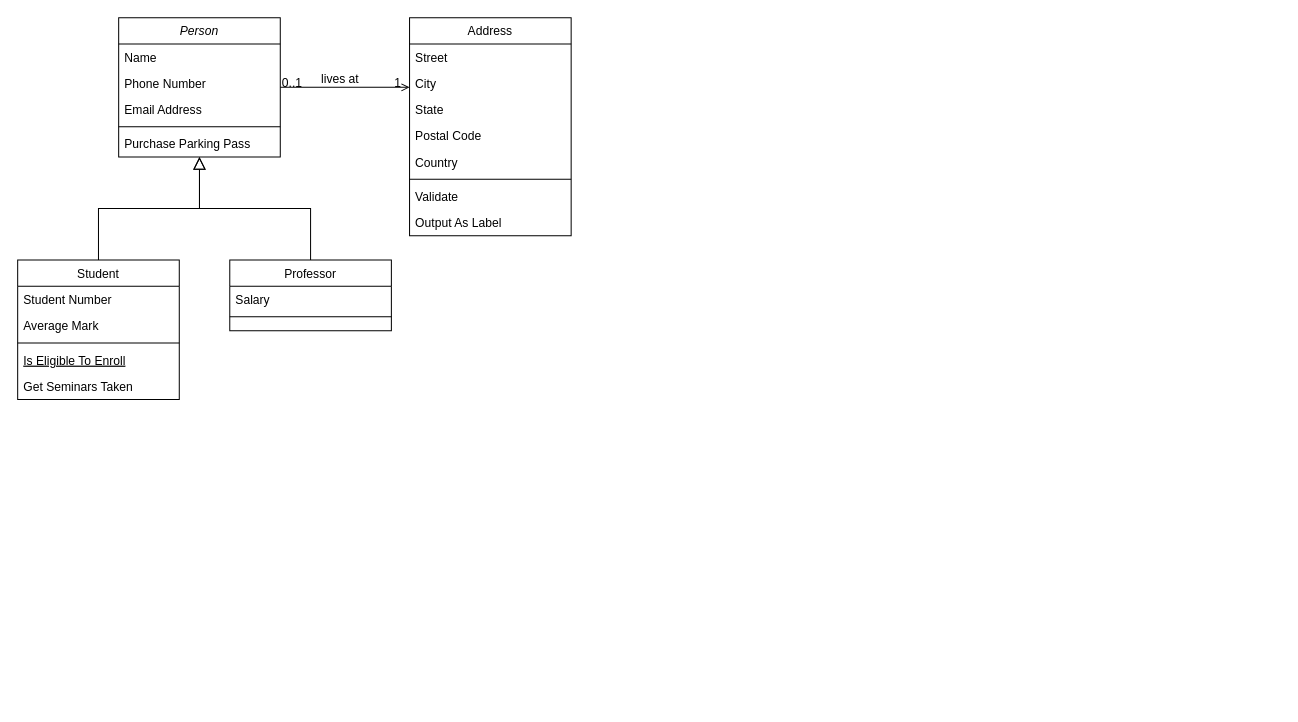
Before: 营销计划架构图-新.drawio in lixiangdaqian/diagrams, a draw.io diagram. Source tidied: cells renumbered, new cells numbered last; positions are measured from the earlier drawing's top-left corner, leaving out a move shared by most shapes. Both pictures are drawn from the tidied source at 101%, with x=0, y=0 at pixel (17, 17).
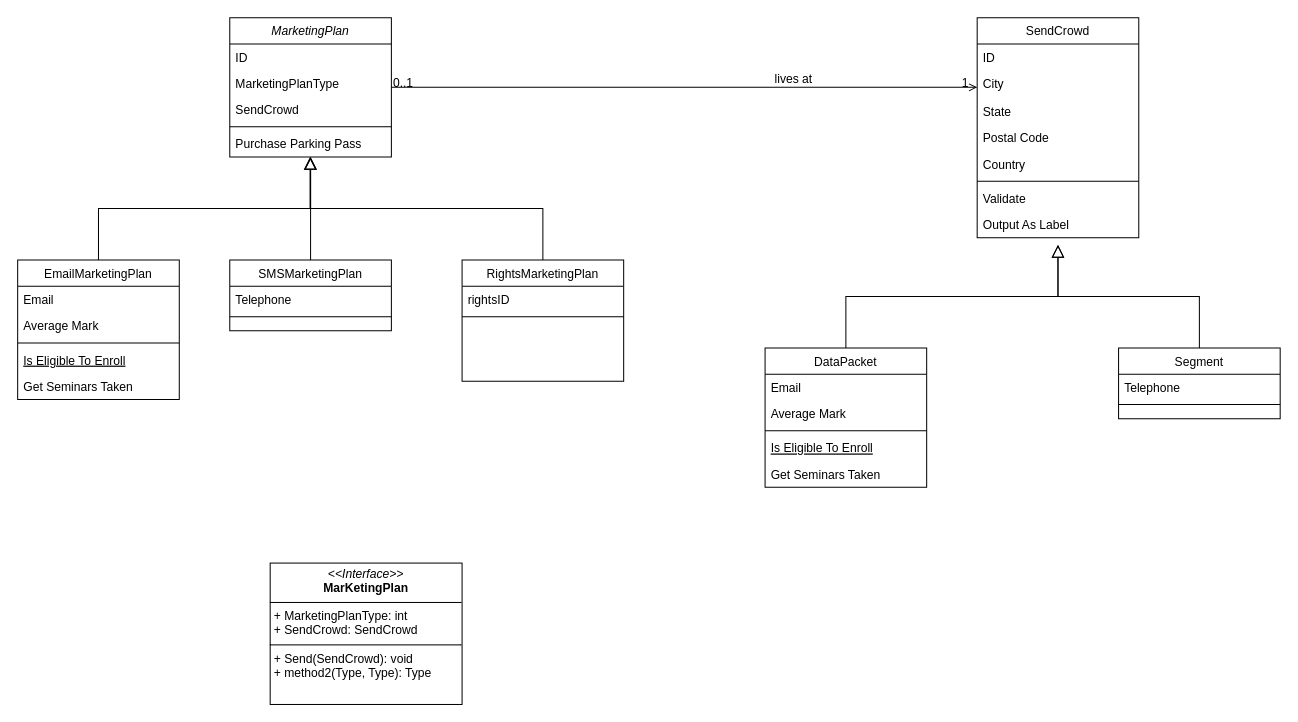
The same diagram, later.

Commit message:
更新营销计划架构图-新.drawio

Change to the diagram source:
```diff
@@
-    <mxCell id="2" value="Person" style="swimlane;fontStyle=2;align=center;verticalAlign=top;horizontal=1;startSize=26;rounded=0;shadow=0;strokeWidth=1;" parent="1" vertex="1">
-      <mxGeometry x="100" width="160" height="138" as="geometry" />
+    <mxCell id="2" value="MarketingPlan" style="swimlane;fontStyle=2;align=center;verticalAlign=top;horizontal=1;startSize=26;rounded=0;shadow=0;strokeWidth=1;" parent="1" vertex="1">
+      <mxGeometry x="210" width="160" height="138" as="geometry" />
     </mxCell>
-    <mxCell id="3" value="Name" style="text;align=left;verticalAlign=top;spacingLeft=4;spacingRight=4;overflow=hidden;" parent="2" vertex="1">
+    <mxCell id="3" value="ID" style="text;align=left;verticalAlign=top;spacingLeft=4;spacingRight=4;overflow=hidden;" parent="2" vertex="1">
       <mxGeometry y="26" width="160" height="26" as="geometry" />
     </mxCell>
-    <mxCell id="4" value="Phone Number" style="text;align=left;verticalAlign=top;spacingLeft=4;spacingRight=4;overflow=hidden;rounded=0;shadow=0;html=0;" parent="2" vertex="1">
+    <mxCell id="4" value="MarketingPlanType" style="text;align=left;verticalAlign=top;spacingLeft=4;spacingRight=4;overflow=hidden;rounded=0;shadow=0;html=0;" parent="2" vertex="1">
       <mxGeometry y="52" width="160" height="26" as="geometry" />
     </mxCell>
-    <mxCell id="5" value="Email Address" style="text;align=left;verticalAlign=top;spacingLeft=4;spacingRight=4;overflow=hidden;rounded=0;shadow=0;html=0;" parent="2" vertex="1">
+    <mxCell id="5" value="SendCrowd" style="text;align=left;verticalAlign=top;spacingLeft=4;spacingRight=4;overflow=hidden;rounded=0;shadow=0;html=0;" parent="2" vertex="1">
       <mxGeometry y="78" width="160" height="26" as="geometry" />
     </mxCell>
@@
-    <mxCell id="8" value="Student" style="swimlane;fontStyle=0;align=center;verticalAlign=top;horizontal=1;startSize=26;rounded=0;shadow=0;strokeWidth=1;" parent="1" vertex="1">
+    <mxCell id="8" value="EmailMarketingPlan" style="swimlane;fontStyle=0;align=center;verticalAlign=top;horizontal=1;startSize=26;rounded=0;shadow=0;strokeWidth=1;" parent="1" vertex="1">
       <mxGeometry y="240" width="160" height="138" as="geometry" />
     </mxCell>
-    <mxCell id="9" value="Student Number" style="text;align=left;verticalAlign=top;spacingLeft=4;spacingRight=4;overflow=hidden;" parent="8" vertex="1">
+    <mxCell id="9" value="Email" style="text;align=left;verticalAlign=top;spacingLeft=4;spacingRight=4;overflow=hidden;" parent="8" vertex="1">
       <mxGeometry y="26" width="160" height="26" as="geometry" />
     </mxCell>
@@
-    <mxCell id="15" value="Professor" style="swimlane;fontStyle=0;align=center;verticalAlign=top;horizontal=1;startSize=26;rounded=0;shadow=0;strokeWidth=1;" parent="1" vertex="1">
+    <mxCell id="15" value="SMSMarketingPlan" style="swimlane;fontStyle=0;align=center;verticalAlign=top;horizontal=1;startSize=26;rounded=0;shadow=0;strokeWidth=1;" parent="1" vertex="1">
       <mxGeometry x="210" y="240" width="160" height="70" as="geometry" />
     </mxCell>
-    <mxCell id="16" value="Salary" style="text;align=left;verticalAlign=top;spacingLeft=4;spacingRight=4;overflow=hidden;" parent="15" vertex="1">
+    <mxCell id="16" value="Telephone" style="text;align=left;verticalAlign=top;spacingLeft=4;spacingRight=4;overflow=hidden;" parent="15" vertex="1">
       <mxGeometry y="26" width="160" height="26" as="geometry" />
     </mxCell>
@@
-    <mxCell id="19" value="Address" style="swimlane;fontStyle=0;align=center;verticalAlign=top;horizontal=1;startSize=26;rounded=0;shadow=0;strokeWidth=1;" parent="1" vertex="1">
-      <mxGeometry x="388" width="160" height="216" as="geometry" />
+    <mxCell id="19" value="SendCrowd" style="swimlane;fontStyle=0;align=center;verticalAlign=top;horizontal=1;startSize=26;rounded=0;shadow=0;strokeWidth=1;" parent="1" vertex="1">
+      <mxGeometry x="950" width="160" height="218" as="geometry" />
     </mxCell>
-    <mxCell id="20" value="Street" style="text;align=left;verticalAlign=top;spacingLeft=4;spacingRight=4;overflow=hidden;" parent="19" vertex="1">
+    <mxCell id="20" value="ID" style="text;align=left;verticalAlign=top;spacingLeft=4;spacingRight=4;overflow=hidden;" parent="19" vertex="1">
       <mxGeometry y="26" width="160" height="26" as="geometry" />
     </mxCell>
     <mxCell id="21" value="City" style="text;align=left;verticalAlign=top;spacingLeft=4;spacingRight=4;overflow=hidden;rounded=0;shadow=0;html=0;" parent="19" vertex="1">
-      <mxGeometry y="52" width="160" height="26" as="geometry" />
+      <mxGeometry y="52" width="160" height="28" as="geometry" />
     </mxCell>
     <mxCell id="22" value="State" style="text;align=left;verticalAlign=top;spacingLeft=4;spacingRight=4;overflow=hidden;rounded=0;shadow=0;html=0;" parent="19" vertex="1">
-      <mxGeometry y="78" width="160" height="26" as="geometry" />
+      <mxGeometry y="80" width="160" height="26" as="geometry" />
     </mxCell>
     <mxCell id="23" value="Postal Code" style="text;align=left;verticalAlign=top;spacingLeft=4;spacingRight=4;overflow=hidden;rounded=0;shadow=0;html=0;" parent="19" vertex="1">
-      <mxGeometry y="104" width="160" height="26" as="geometry" />
+      <mxGeometry y="106" width="160" height="26" as="geometry" />
     </mxCell>
     <mxCell id="24" value="Country" style="text;align=left;verticalAlign=top;spacingLeft=4;spacingRight=4;overflow=hidden;rounded=0;shadow=0;html=0;" parent="19" vertex="1">
-      <mxGeometry y="130" width="160" height="26" as="geometry" />
+      <mxGeometry y="132" width="160" height="26" as="geometry" />
     </mxCell>
     <mxCell id="25" style="line;html=1;strokeWidth=1;align=left;verticalAlign=middle;spacingTop=-1;spacingLeft=3;spacingRight=3;labelPosition=right;" parent="19" vertex="1">
-      <mxGeometry y="156" width="160" height="8" as="geometry" />
+      <mxGeometry y="158" width="160" height="8" as="geometry" />
     </mxCell>
     <mxCell id="26" value="Validate" style="text;align=left;verticalAlign=top;spacingLeft=4;spacingRight=4;overflow=hidden;" parent="19" vertex="1">
-      <mxGeometry y="164" width="160" height="26" as="geometry" />
+      <mxGeometry y="166" width="160" height="26" as="geometry" />
     </mxCell>
     <mxCell id="27" value="Output As Label" style="text;align=left;verticalAlign=top;spacingLeft=4;spacingRight=4;overflow=hidden;" parent="19" vertex="1">
-      <mxGeometry y="190" width="160" height="26" as="geometry" />
+      <mxGeometry y="192" width="160" height="26" as="geometry" />
     </mxCell>
@@
+    <mxCell id="32" value="RightsMarketingPlan" style="swimlane;fontStyle=0;align=center;verticalAlign=top;horizontal=1;startSize=26;rounded=0;shadow=0;strokeWidth=1;" parent="1" vertex="1">
+      <mxGeometry x="440" y="240" width="160" height="120" as="geometry" />
+    </mxCell>
+    <mxCell id="33" value="rightsID&#10;" style="text;align=left;verticalAlign=top;spacingLeft=4;spacingRight=4;overflow=hidden;" parent="32" vertex="1">
+      <mxGeometry y="26" width="160" height="26" as="geometry" />
+    </mxCell>
+    <mxCell id="34" style="line;html=1;strokeWidth=1;align=left;verticalAlign=middle;spacingTop=-1;spacingLeft=3;spacingRight=3;labelPosition=right;" parent="32" vertex="1">
+      <mxGeometry y="52" width="160" height="8" as="geometry" />
+    </mxCell>
+    <mxCell id="35" style="endArrow=block;endSize=10;endFill=0;shadow=0;strokeWidth=1;rounded=0;curved=0;edgeStyle=elbowEdgeStyle;elbow=vertical;exitX=0.5;exitY=0;exitDx=0;exitDy=0;" parent="1" edge="1" source="32">
+      <mxGeometry relative="1" as="geometry">
+        <mxPoint x="289.5" y="138" as="targetPoint" />
+      </mxGeometry>
+    </mxCell>
+    <mxCell id="36" value="DataPacket" style="swimlane;fontStyle=0;align=center;verticalAlign=top;horizontal=1;startSize=26;rounded=0;shadow=0;strokeWidth=1;" parent="1" vertex="1">
+      <mxGeometry x="740" y="327" width="160" height="138" as="geometry" />
+    </mxCell>
+    <mxCell id="37" value="Email" style="text;align=left;verticalAlign=top;spacingLeft=4;spacingRight=4;overflow=hidden;" parent="36" vertex="1">
+      <mxGeometry y="26" width="160" height="26" as="geometry" />
+    </mxCell>
+    <mxCell id="38" value="Average Mark" style="text;align=left;verticalAlign=top;spacingLeft=4;spacingRight=4;overflow=hidden;rounded=0;shadow=0;html=0;" parent="36" vertex="1">
+      <mxGeometry y="52" width="160" height="26" as="geometry" />
+    </mxCell>
+    <mxCell id="39" style="line;html=1;strokeWidth=1;align=left;verticalAlign=middle;spacingTop=-1;spacingLeft=3;spacingRight=3;labelPosition=right;" parent="36" vertex="1">
+      <mxGeometry y="78" width="160" height="8" as="geometry" />
+    </mxCell>
+    <mxCell id="40" value="Is Eligible To Enroll" style="text;align=left;verticalAlign=top;spacingLeft=4;spacingRight=4;overflow=hidden;fontStyle=4;" parent="36" vertex="1">
+      <mxGeometry y="86" width="160" height="26" as="geometry" />
+    </mxCell>
+    <mxCell id="41" value="Get Seminars Taken" style="text;align=left;verticalAlign=top;spacingLeft=4;spacingRight=4;overflow=hidden;" parent="36" vertex="1">
+      <mxGeometry y="112" width="160" height="26" as="geometry" />
+    </mxCell>
+    <mxCell id="42" style="endArrow=block;endSize=10;endFill=0;shadow=0;strokeWidth=1;rounded=0;curved=0;edgeStyle=elbowEdgeStyle;elbow=vertical;" parent="1" edge="1" source="36">
+      <mxGeometry relative="1" as="geometry">
+        <mxPoint x="1030" y="225" as="targetPoint" />
+      </mxGeometry>
+    </mxCell>
+    <mxCell id="43" value="Segment" style="swimlane;fontStyle=0;align=center;verticalAlign=top;horizontal=1;startSize=26;rounded=0;shadow=0;strokeWidth=1;" parent="1" vertex="1">
+      <mxGeometry x="1090" y="327" width="160" height="70" as="geometry" />
+    </mxCell>
+    <mxCell id="44" value="Telephone" style="text;align=left;verticalAlign=top;spacingLeft=4;spacingRight=4;overflow=hidden;" parent="43" vertex="1">
+      <mxGeometry y="26" width="160" height="26" as="geometry" />
+    </mxCell>
+    <mxCell id="45" style="line;html=1;strokeWidth=1;align=left;verticalAlign=middle;spacingTop=-1;spacingLeft=3;spacingRight=3;labelPosition=right;" parent="43" vertex="1">
+      <mxGeometry y="52" width="160" height="8" as="geometry" />
+    </mxCell>
+    <mxCell id="46" style="endArrow=block;endSize=10;endFill=0;shadow=0;strokeWidth=1;rounded=0;curved=0;edgeStyle=elbowEdgeStyle;elbow=vertical;" parent="1" edge="1" source="43">
+      <mxGeometry relative="1" as="geometry">
+        <mxPoint x="1030" y="225" as="targetPoint" />
+      </mxGeometry>
+    </mxCell>
+    <mxCell id="47" value="&lt;p style=&quot;margin:0px;margin-top:4px;text-align:center;&quot;&gt;&lt;i&gt;&amp;lt;&amp;lt;Interface&amp;gt;&amp;gt;&lt;/i&gt;&lt;br&gt;&lt;b&gt;MarKetingPlan&lt;/b&gt;&lt;/p&gt;&lt;hr size=&quot;1&quot; style=&quot;border-style:solid;&quot;&gt;&lt;p style=&quot;margin:0px;margin-left:4px;&quot;&gt;+&amp;nbsp;&lt;span style=&quot;text-wrap: nowrap;&quot;&gt;MarketingPlanType&lt;/span&gt;: int&lt;br&gt;+&amp;nbsp;&lt;span style=&quot;text-wrap: nowrap; background-color: initial;&quot;&gt;SendCrowd&lt;/span&gt;&lt;span style=&quot;background-color: initial;&quot;&gt;:&amp;nbsp;&lt;/span&gt;&lt;span style=&quot;text-wrap: nowrap; background-color: initial;&quot;&gt;SendCrowd&lt;/span&gt;&lt;/p&gt;&lt;hr size=&quot;1&quot; style=&quot;border-style:solid;&quot;&gt;&lt;p style=&quot;margin:0px;margin-left:4px;&quot;&gt;+ Send(&lt;span style=&quot;text-wrap: nowrap;&quot;&gt;SendCrowd&lt;/span&gt;): void&lt;br&gt;+ method2(Type, Type): Type&lt;/p&gt;" style="verticalAlign=top;align=left;overflow=fill;html=1;whiteSpace=wrap;" parent="1" vertex="1">
+      <mxGeometry x="250" y="540" width="190" height="140" as="geometry" />
+    </mxCell>
```
